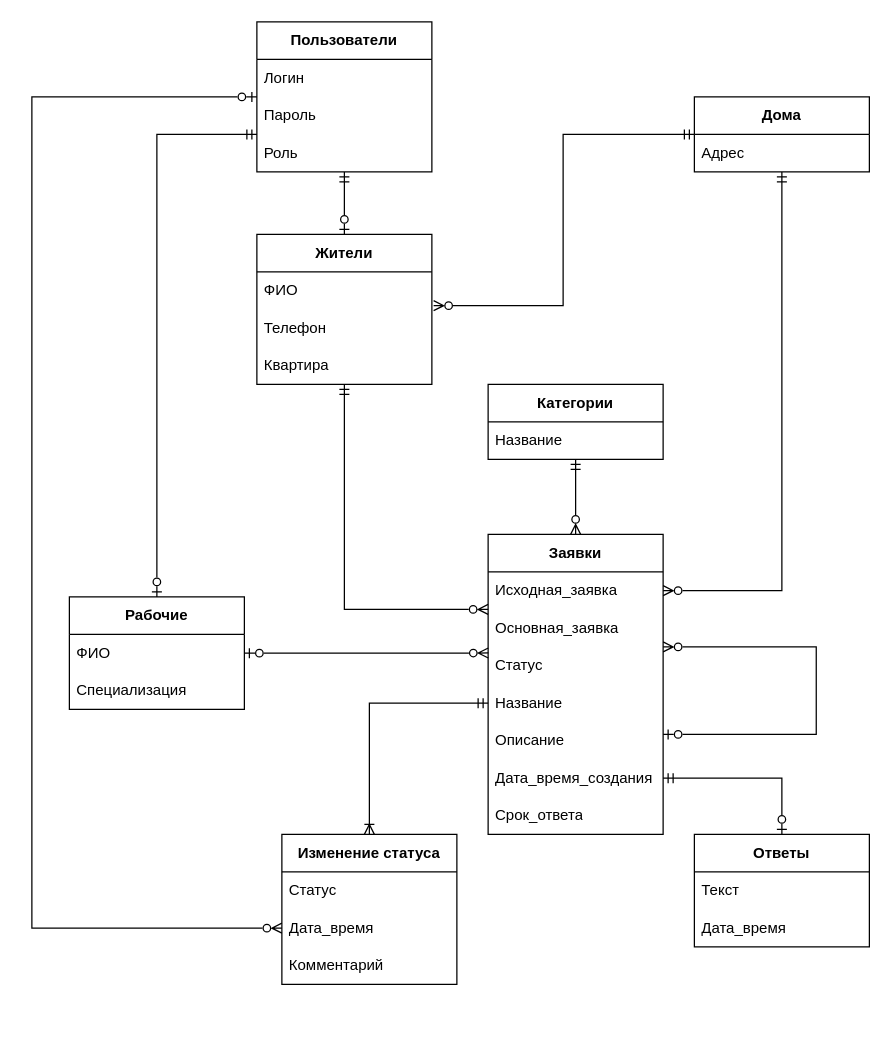
The draw.io diagram Концептуальная_Схема.drawio in Kreslik/kursach-sem5, before the edit. Source tidied: cells renumbered, new cells numbered last; positions are measured from the earlier drawing's top-left corner, leaving out a move shared by most shapes. Both pictures are drawn from the tidied source at 125%, with x=0, y=0 at pixel (31, 21).
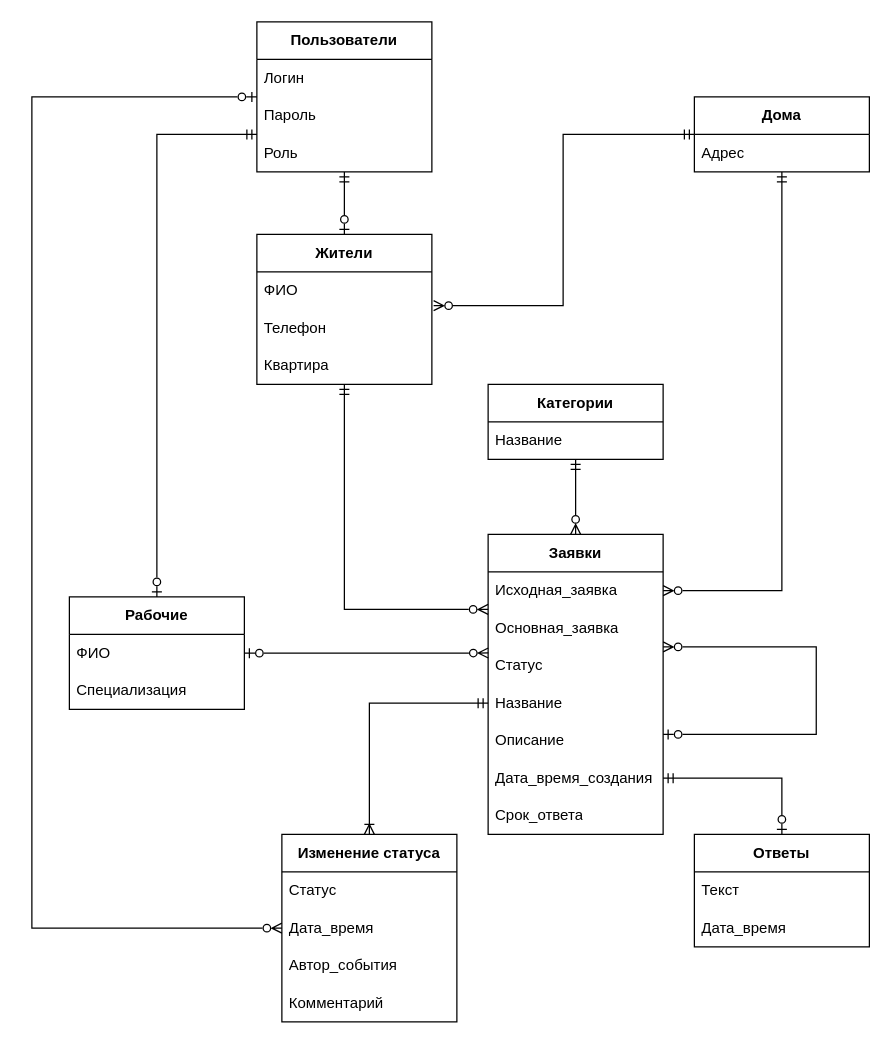
The same diagram, later.

The edit, as a diff of the source:
```diff
@@
     <mxCell id="32" value="&lt;b&gt;Изменение статуса&lt;/b&gt;" style="swimlane;fontStyle=0;horizontal=1;startSize=30;whiteSpace=wrap;html=1;" parent="1" vertex="1">
-      <mxGeometry x="200" y="650" width="140" height="120" as="geometry" />
+      <mxGeometry x="200" y="650" width="140" height="150" as="geometry" />
     </mxCell>
@@
+    <mxCell id="43" value="&lt;div&gt;Автор_события&lt;/div&gt;" style="text;strokeColor=none;fillColor=none;align=left;verticalAlign=middle;spacingLeft=4;spacingRight=4;overflow=hidden;whiteSpace=wrap;html=1;" parent="32" vertex="1">
+      <mxGeometry y="90" width="140" height="30" as="geometry" />
+    </mxCell>
     <mxCell id="35" value="Комментарий" style="text;strokeColor=none;fillColor=none;align=left;verticalAlign=middle;spacingLeft=4;spacingRight=4;overflow=hidden;whiteSpace=wrap;html=1;" parent="32" vertex="1">
-      <mxGeometry y="90" width="140" height="30" as="geometry" />
+      <mxGeometry y="120" width="140" height="30" as="geometry" />
     </mxCell>
```
